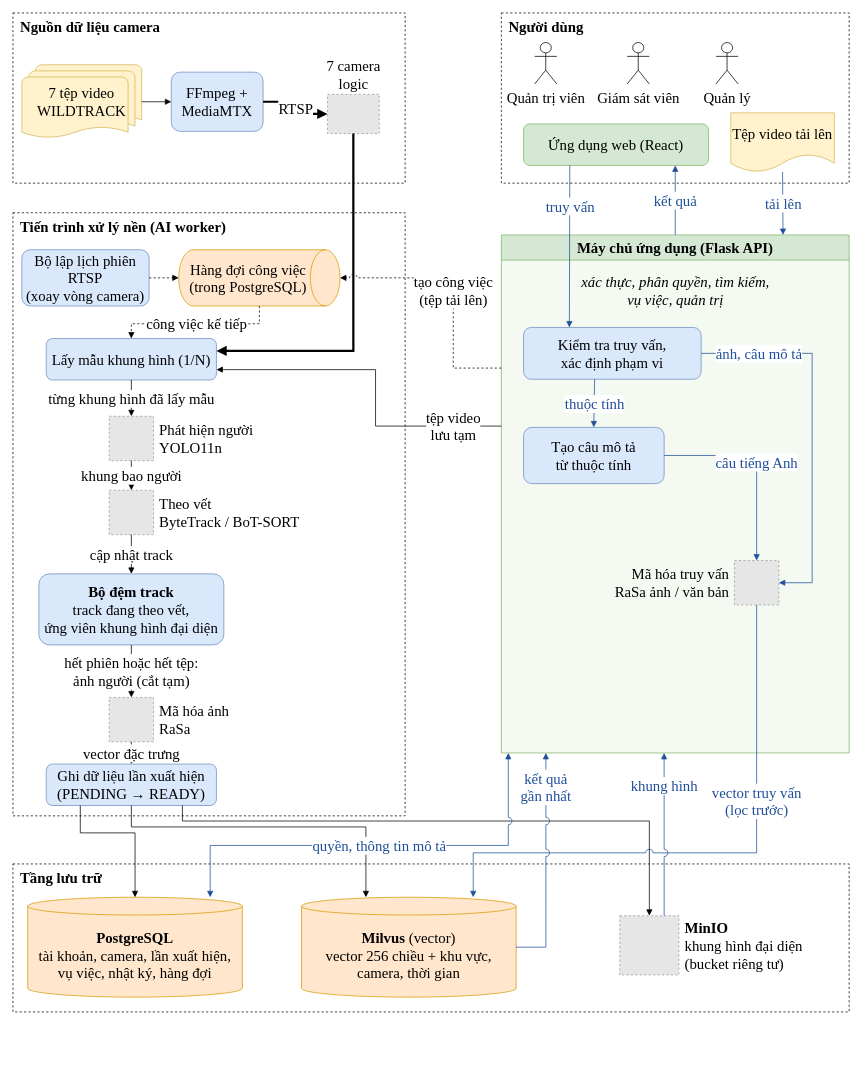
The draw.io diagram report/thesis/figures/H2-kien-truc.drawio in huy-nguyencong/capstone_project_new, before the edit. Source tidied: cells renumbered, new cells numbered last; positions are measured from the earlier drawing's top-left corner, leaving out a move shared by most shapes. Both pictures are drawn from the tidied source at 74%, with x=0, y=0 at pixel (13, 13). Pictures stored in the file or linked from it are replaced by grey dashed boxes.
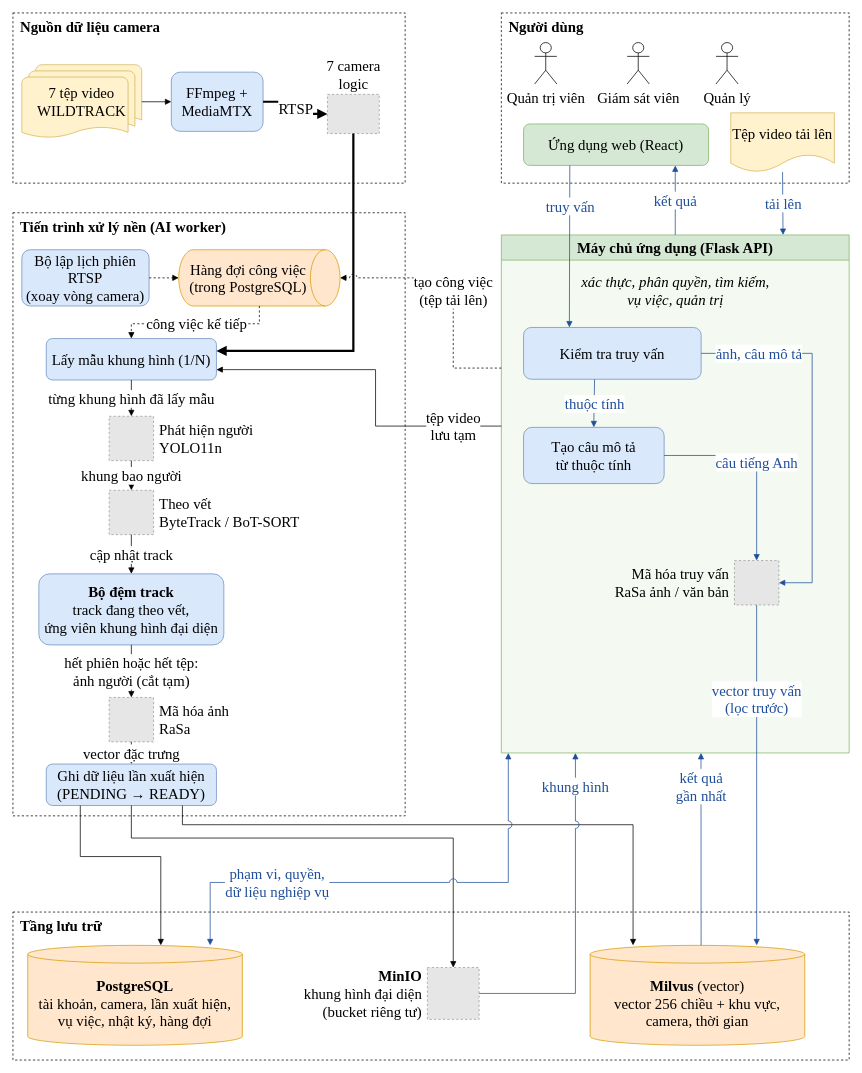
Above is the later version.

The change refers to these unchanged cells:
```xml
<mxCell id="14" value="Ghi dữ liệu lần xuất hiện&lt;br&gt;(PENDING → READY)" style="rounded=1;whiteSpace=wrap;html=1;fillColor=#DAE8FC;strokeColor=#6C8EBF;fontFamily=Times New Roman;fontSize=20;" parent="1" vertex="1">
  <mxGeometry x="45" y="1015" width="230" height="56" as="geometry" />
</mxCell>
<mxCell id="21" value="Máy chủ ứng dụng (Flask API)" style="swimlane;whiteSpace=wrap;html=1;startSize=34;fillColor=#D5E8D4;strokeColor=#82B366;swimlaneFillColor=#F4FAF1;fontFamily=Times New Roman;fontSize=20;" parent="1" vertex="1">
  <mxGeometry x="660" y="300" width="470" height="700" as="geometry" />
</mxCell>
<mxCell id="25" value="Mã hóa truy vấn&lt;br&gt;RaSa ảnh / văn bản" style="fillColor=#E6E6E6;strokeColor=#999999;dashed=1;html=1;labelPosition=left;verticalLabelPosition=middle;align=right;verticalAlign=middle;spacingRight=6;fontFamily=Times New Roman;fontSize=20;" parent="1" vertex="1">
  <mxGeometry x="975" y="740" width="60" height="60" as="geometry" />
</mxCell>
```

What changed in the source:
```diff
@@
-    <mxCell id="23" value="Kiểm tra truy vấn,&lt;br&gt;xác định phạm vi" style="rounded=1;whiteSpace=wrap;html=1;fillColor=#DAE8FC;strokeColor=#6C8EBF;fontFamily=Times New Roman;fontSize=20;" parent="1" vertex="1">
+    <mxCell id="23" value="Kiểm tra truy vấn" style="rounded=1;whiteSpace=wrap;html=1;fillColor=#DAE8FC;strokeColor=#6C8EBF;fontFamily=Times New Roman;fontSize=20;" parent="1" vertex="1">
       <mxGeometry x="690" y="425" width="240" height="70" as="geometry" />
     </mxCell>
@@
     <mxCell id="26" value="Tầng lưu trữ" style="rounded=0;whiteSpace=wrap;html=1;dashed=1;fillColor=none;verticalAlign=top;align=left;spacingLeft=8;fontStyle=1;fontFamily=Times New Roman;fontSize=20;" parent="1" vertex="1">
-      <mxGeometry y="1150" width="1130" height="200" as="geometry" />
+      <mxGeometry y="1215" width="1130" height="200" as="geometry" />
     </mxCell>
     <mxCell id="27" value="&lt;b&gt;PostgreSQL&lt;/b&gt;&lt;br&gt;tài khoản, camera, lần xuất hiện,&lt;br&gt;vụ việc, nhật ký, hàng đợi" style="shape=cylinder3;whiteSpace=wrap;html=1;boundedLbl=1;size=12;fillColor=#FFE6CC;strokeColor=#D79B00;fontFamily=Times New Roman;fontSize=20;" parent="1" vertex="1">
-      <mxGeometry x="20" y="1195" width="290" height="135" as="geometry" />
+      <mxGeometry x="20" y="1260" width="290" height="135" as="geometry" />
     </mxCell>
     <mxCell id="28" value="&lt;b&gt;Milvus&lt;/b&gt; (vector)&lt;br&gt;vector 256 chiều + khu vực,&lt;br&gt;camera, thời gian" style="shape=cylinder3;whiteSpace=wrap;html=1;boundedLbl=1;size=12;fillColor=#FFE6CC;strokeColor=#D79B00;fontFamily=Times New Roman;fontSize=20;" parent="1" vertex="1">
-      <mxGeometry x="390" y="1195" width="290" height="135" as="geometry" />
+      <mxGeometry x="780" y="1260" width="290" height="135" as="geometry" />
     </mxCell>
-    <mxCell id="29" value="&lt;b&gt;MinIO&lt;/b&gt;&lt;br&gt;khung hình đại diện&lt;br&gt;(bucket riêng tư)" style="fillColor=#E6E6E6;strokeColor=#999999;dashed=1;html=1;labelPosition=right;verticalLabelPosition=middle;align=left;verticalAlign=middle;spacingLeft=6;fontFamily=Times New Roman;fontSize=20;" parent="1" vertex="1">
-      <mxGeometry x="820" y="1220" width="80" height="80" as="geometry" />
+    <mxCell id="29" value="&lt;b&gt;MinIO&lt;/b&gt;&lt;br&gt;khung hình đại diện&lt;br&gt;(bucket riêng tư)" style="fillColor=#E6E6E6;strokeColor=#999999;dashed=1;html=1;labelPosition=left;verticalLabelPosition=middle;align=right;verticalAlign=middle;spacingRight=6;fontFamily=Times New Roman;fontSize=20;" parent="1" vertex="1">
+      <mxGeometry x="560" y="1290" width="70" height="70" as="geometry" />
     </mxCell>
@@
-    <mxCell id="40" style="endArrow=block;endFill=1;html=1;rounded=0;edgeStyle=orthogonalEdgeStyle;jumpStyle=arc;jumpSize=10;labelBackgroundColor=#ffffff;exitX=0.2;exitY=1;exitDx=0;exitDy=0;entryX=0.5;entryY=0;entryDx=0;entryDy=0;fontFamily=Times New Roman;fontSize=20;" parent="1" edge="1" source="14" target="27">
+    <mxCell id="40" style="endArrow=block;endFill=1;html=1;rounded=0;edgeStyle=orthogonalEdgeStyle;jumpStyle=arc;jumpSize=10;labelBackgroundColor=#ffffff;exitX=0.2;exitY=1;exitDx=0;exitDy=0;entryX=0.62;entryY=0;entryDx=0;entryDy=0;fontFamily=Times New Roman;fontSize=20;" parent="1" edge="1" source="14" target="27">
       <mxGeometry relative="1" as="geometry">
         <Array as="points">
-          <mxPoint x="91" y="1108" />
-          <mxPoint x="165" y="1108" />
+          <mxPoint x="91" y="1140" />
+          <mxPoint x="200" y="1140" />
         </Array>
       </mxGeometry>
     </mxCell>
-    <mxCell id="41" style="endArrow=block;endFill=1;html=1;rounded=0;edgeStyle=orthogonalEdgeStyle;jumpStyle=arc;jumpSize=10;labelBackgroundColor=#ffffff;exitX=0.5;exitY=1;exitDx=0;exitDy=0;entryX=0.3;entryY=0;entryDx=0;entryDy=0;fontFamily=Times New Roman;fontSize=20;" parent="1" edge="1" source="14" target="28">
+    <mxCell id="41" style="endArrow=block;endFill=1;html=1;rounded=0;edgeStyle=orthogonalEdgeStyle;jumpStyle=arc;jumpSize=10;labelBackgroundColor=#ffffff;exitX=0.8;exitY=1;exitDx=0;exitDy=0;entryX=0.2;entryY=0;entryDx=0;entryDy=0;fontFamily=Times New Roman;fontSize=20;" parent="1" edge="1" source="14" target="28">
       <mxGeometry relative="1" as="geometry">
         <Array as="points">
-          <mxPoint x="160" y="1100" />
-          <mxPoint x="477" y="1100" />
+          <mxPoint x="229" y="1097" />
+          <mxPoint x="838" y="1097" />
         </Array>
       </mxGeometry>
     </mxCell>
-    <mxCell id="42" style="endArrow=block;endFill=1;html=1;rounded=0;edgeStyle=orthogonalEdgeStyle;jumpStyle=arc;jumpSize=10;labelBackgroundColor=#ffffff;exitX=0.8;exitY=1;exitDx=0;exitDy=0;entryX=0.5;entryY=0;entryDx=0;entryDy=0;fontFamily=Times New Roman;fontSize=20;" parent="1" edge="1" source="14" target="29">
+    <mxCell id="42" style="endArrow=block;endFill=1;html=1;rounded=0;edgeStyle=orthogonalEdgeStyle;jumpStyle=arc;jumpSize=10;labelBackgroundColor=#ffffff;exitX=0.5;exitY=1;exitDx=0;exitDy=0;entryX=0.5;entryY=0;entryDx=0;entryDy=0;fontFamily=Times New Roman;fontSize=20;" parent="1" edge="1" source="14" target="29">
       <mxGeometry relative="1" as="geometry">
         <Array as="points">
-          <mxPoint x="229" y="1092" />
-          <mxPoint x="860" y="1092" />
+          <mxPoint x="160" y="1115" />
+          <mxPoint x="595" y="1115" />
         </Array>
       </mxGeometry>
     </mxCell>
@@
-    <mxCell id="51" value="quyền, thông tin mô tả" style="endArrow=block;endFill=1;html=1;rounded=0;edgeStyle=orthogonalEdgeStyle;jumpStyle=arc;jumpSize=10;labelBackgroundColor=#ffffff;strokeColor=#1F4E9A;fontColor=#1F4E9A;startArrow=block;startFill=1;exitX=0.02;exitY=1;exitDx=0;exitDy=0;entryX=0.85;entryY=0;entryDx=0;entryDy=0;fontFamily=Times New Roman;fontSize=20;" parent="1" edge="1" source="21" target="27">
-      <mxGeometry relative="1" as="geometry">
+    <mxCell id="51" value="phạm vi, quyền,&lt;br&gt;dữ liệu nghiệp vụ" style="endArrow=block;endFill=1;html=1;rounded=0;edgeStyle=orthogonalEdgeStyle;jumpStyle=arc;jumpSize=10;labelBackgroundColor=#ffffff;strokeColor=#1F4E9A;fontColor=#1F4E9A;startArrow=block;startFill=1;exitX=0.02;exitY=1;exitDx=0;exitDy=0;entryX=0.85;entryY=0;entryDx=0;entryDy=0;fontFamily=Times New Roman;fontSize=20;" parent="1" edge="1" source="21" target="27">
+      <mxGeometry x="0.47" relative="1" as="geometry">
         <Array as="points">
-          <mxPoint x="669" y="1125" />
-          <mxPoint x="266" y="1125" />
+          <mxPoint x="669" y="1175" />
+          <mxPoint x="266" y="1175" />
         </Array>
       </mxGeometry>
     </mxCell>
-    <mxCell id="52" value="vector truy vấn&lt;br&gt;(lọc trước)" style="endArrow=block;endFill=1;html=1;rounded=0;edgeStyle=orthogonalEdgeStyle;jumpStyle=arc;jumpSize=10;labelBackgroundColor=#ffffff;strokeColor=#1F4E9A;fontColor=#1F4E9A;exitX=0.5;exitY=1;exitDx=0;exitDy=0;entryX=0.8;entryY=0;entryDx=0;entryDy=0;fontFamily=Times New Roman;fontSize=20;" parent="1" edge="1" source="25" target="28">
-      <mxGeometry x="-0.32" relative="1" as="geometry">
-        <Array as="points">
-          <mxPoint x="1005" y="1135" />
-          <mxPoint x="622" y="1135" />
-        </Array>
-      </mxGeometry>
+    <mxCell id="52" value="vector truy vấn&lt;br&gt;(lọc trước)" style="endArrow=block;endFill=1;html=1;rounded=0;edgeStyle=orthogonalEdgeStyle;jumpStyle=arc;jumpSize=10;labelBackgroundColor=#ffffff;strokeColor=#1F4E9A;fontColor=#1F4E9A;exitX=0.5;exitY=1;exitDx=0;exitDy=0;entryX=0.776;entryY=0;entryDx=0;entryDy=0;fontFamily=Times New Roman;fontSize=20;" parent="1" edge="1" source="25" target="28">
+      <mxGeometry x="-0.45" relative="1" as="geometry" />
     </mxCell>
-    <mxCell id="53" value="kết quả&lt;br&gt;gần nhất" style="endArrow=block;endFill=1;html=1;rounded=0;edgeStyle=orthogonalEdgeStyle;jumpStyle=arc;jumpSize=10;labelBackgroundColor=#ffffff;strokeColor=#1F4E9A;fontColor=#1F4E9A;exitX=1;exitY=0.5;exitDx=0;exitDy=0;entryX=0.128;entryY=1;entryDx=0;entryDy=0;fontFamily=Times New Roman;fontSize=20;" parent="1" edge="1" source="28" target="21">
-      <mxGeometry x="0.7" relative="1" as="geometry">
-        <Array as="points">
-          <mxPoint x="720" y="1262" />
-        </Array>
-      </mxGeometry>
+    <mxCell id="53" value="kết quả&lt;br&gt;gần nhất" style="endArrow=block;endFill=1;html=1;rounded=0;edgeStyle=orthogonalEdgeStyle;jumpStyle=arc;jumpSize=10;labelBackgroundColor=#ffffff;strokeColor=#1F4E9A;fontColor=#1F4E9A;exitX=0.517;exitY=0;exitDx=0;exitDy=0;entryX=0.574;entryY=1;entryDx=0;entryDy=0;fontFamily=Times New Roman;fontSize=20;" parent="1" edge="1" source="28" target="21">
+      <mxGeometry x="0.65" relative="1" as="geometry" />
     </mxCell>
-    <mxCell id="54" value="khung hình" style="endArrow=block;endFill=1;html=1;rounded=0;edgeStyle=orthogonalEdgeStyle;jumpStyle=arc;jumpSize=10;labelBackgroundColor=#ffffff;strokeColor=#1F4E9A;fontColor=#1F4E9A;exitX=0.75;exitY=0;exitDx=0;exitDy=0;entryX=0.468;entryY=1;entryDx=0;entryDy=0;fontFamily=Times New Roman;fontSize=20;" parent="1" edge="1" source="29" target="21">
-      <mxGeometry x="0.6" relative="1" as="geometry" />
+    <mxCell id="54" value="khung hình" style="endArrow=block;endFill=1;html=1;rounded=0;edgeStyle=orthogonalEdgeStyle;jumpStyle=arc;jumpSize=10;labelBackgroundColor=#ffffff;strokeColor=#1F4E9A;fontColor=#1F4E9A;exitX=1;exitY=0.5;exitDx=0;exitDy=0;entryX=0.213;entryY=1;entryDx=0;entryDy=0;fontFamily=Times New Roman;fontSize=20;" parent="1" edge="1" source="29" target="21">
+      <mxGeometry x="0.8" relative="1" as="geometry">
+        <Array as="points">
+          <mxPoint x="760" y="1325" />
+        </Array>
+      </mxGeometry>
     </mxCell>
```
